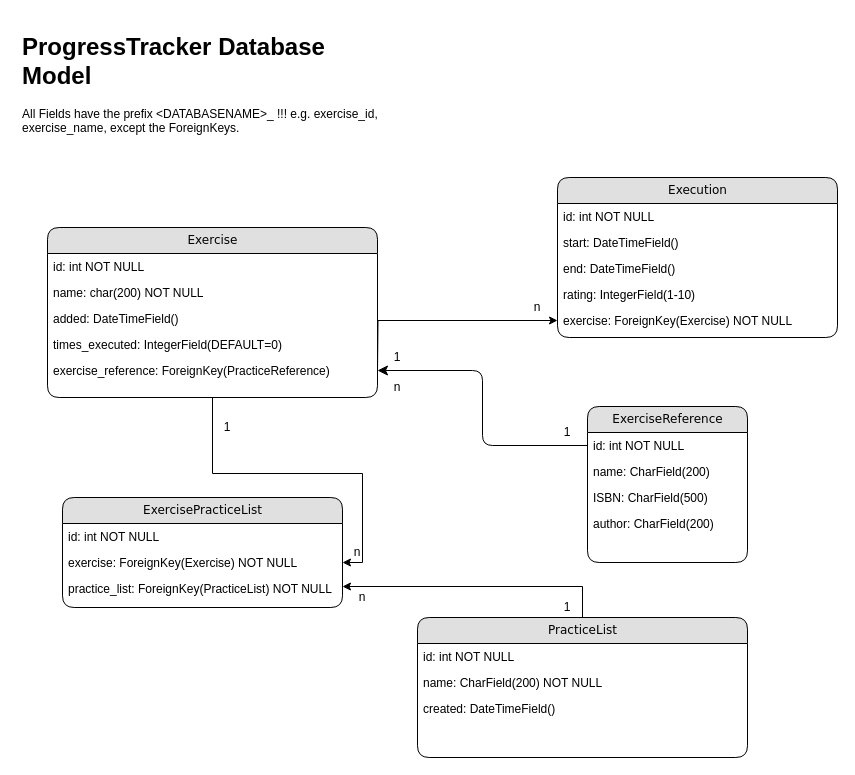
The draw.io diagram db_diagram.drawio in pkhurt/practicity, before the edit. Source tidied: cells renumbered, new cells numbered last; positions are measured from the earlier drawing's top-left corner, leaving out a move shared by most shapes. Both pictures are drawn from the tidied source at 100%, with x=0, y=0 at pixel (17, 27).
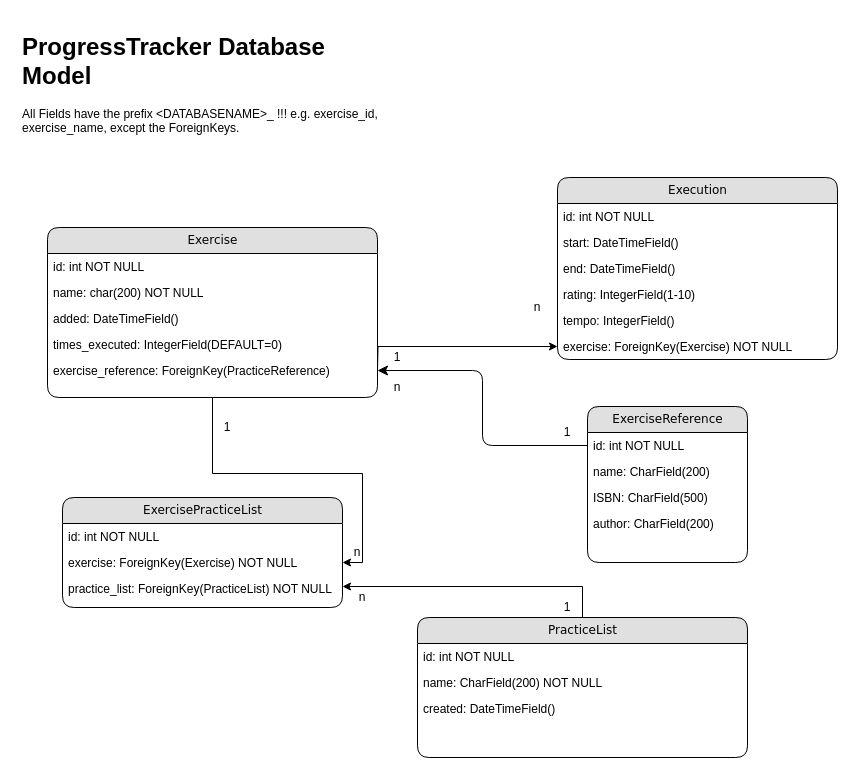
After the change.

What changed in the source:
```diff
@@
     <mxCell id="32" value="Execution" style="swimlane;html=1;fontStyle=0;horizontal=1;startSize=26;fillColor=#e0e0e0;swimlaneFillColor=#ffffff;align=center;rounded=1;shadow=0;comic=0;labelBackgroundColor=none;strokeWidth=1;fontFamily=Verdana;fontSize=12;" parent="1" vertex="1">
-      <mxGeometry x="540" y="150" width="280" height="160" as="geometry" />
+      <mxGeometry x="540" y="150" width="280" height="182" as="geometry" />
     </mxCell>
@@
+    <mxCell id="40" value="tempo: IntegerField()" style="text;html=1;strokeColor=none;fillColor=none;spacingLeft=4;spacingRight=4;whiteSpace=wrap;overflow=hidden;" parent="32" vertex="1">
+      <mxGeometry y="130" width="280" height="26" as="geometry" />
+    </mxCell>
     <mxCell id="37" value="exercise: ForeignKey(Exercise) NOT NULL" style="text;html=1;strokeColor=none;fillColor=none;spacingLeft=4;spacingRight=4;whiteSpace=wrap;overflow=hidden;points=[[0,0.5],[1,0.5]];portConstraint=eastwest;" parent="32" vertex="1">
-      <mxGeometry y="130" width="280" height="26" as="geometry" />
+      <mxGeometry y="156" width="280" height="26" as="geometry" />
     </mxCell>
```
